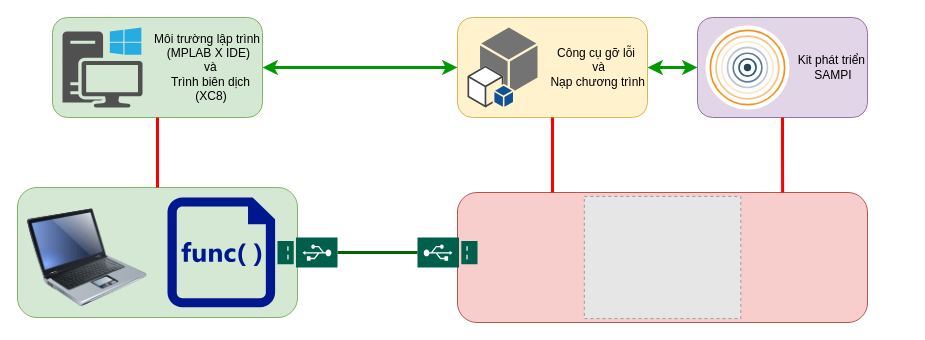
Above: page "EmbeddedSystem" (2 of 3) of Docs/Untitled Diagram.drawio in sampidevkit/PIC16FDevKit (draw.io), before the change. Source tidied: cells renumbered, new cells numbered last; positions are measured from the earlier drawing's top-left corner, leaving out a move shared by most shapes. Both pictures are drawn from the tidied source at 100%, with x=0, y=0 at pixel (17, 17). Pictures stored in the file or linked from it are replaced by grey dashed boxes.
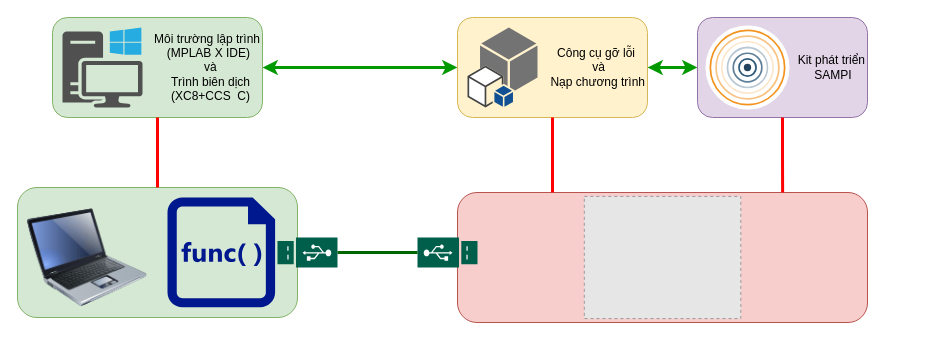
Above is the later version.

The change refers to these unchanged cells:
```xml
<mxCell id="11" style="group;" parent="1" vertex="1">
  <mxGeometry x="35" width="210" height="100" as="geometry" />
</mxCell>
```

Change to the diagram source:
```diff
@@
-    <mxCell id="12" value="Môi trường lập trình&lt;br&gt;(MPLAB X IDE)&amp;nbsp; &amp;nbsp;&lt;br&gt;và&amp;nbsp; &amp;nbsp; &amp;nbsp; &amp;nbsp; &amp;nbsp; &amp;nbsp; &amp;nbsp;&lt;br&gt;Trình biên dịch&amp;nbsp; &amp;nbsp;&lt;br&gt;(XC8)&amp;nbsp; &amp;nbsp; &amp;nbsp; &amp;nbsp; &amp;nbsp;&amp;nbsp;" style="rounded=1;whiteSpace=wrap;html=1;fillColor=#d5e8d4;strokeColor=#82b366;align=right;" parent="11" vertex="1">
+    <mxCell id="12" value="Môi trường lập trình&lt;br&gt;(MPLAB X IDE)&amp;nbsp; &amp;nbsp;&lt;br&gt;và&amp;nbsp; &amp;nbsp; &amp;nbsp; &amp;nbsp; &amp;nbsp; &amp;nbsp; &amp;nbsp;&lt;br&gt;Trình biên dịch&amp;nbsp; &amp;nbsp;&lt;br&gt;&amp;nbsp;(XC8+CCS&amp;nbsp; C)&amp;nbsp; &amp;nbsp;" style="rounded=1;whiteSpace=wrap;html=1;fillColor=#d5e8d4;strokeColor=#82b366;align=right;" parent="11" vertex="1">
       <mxGeometry width="210" height="100" as="geometry" />
     </mxCell>
```
